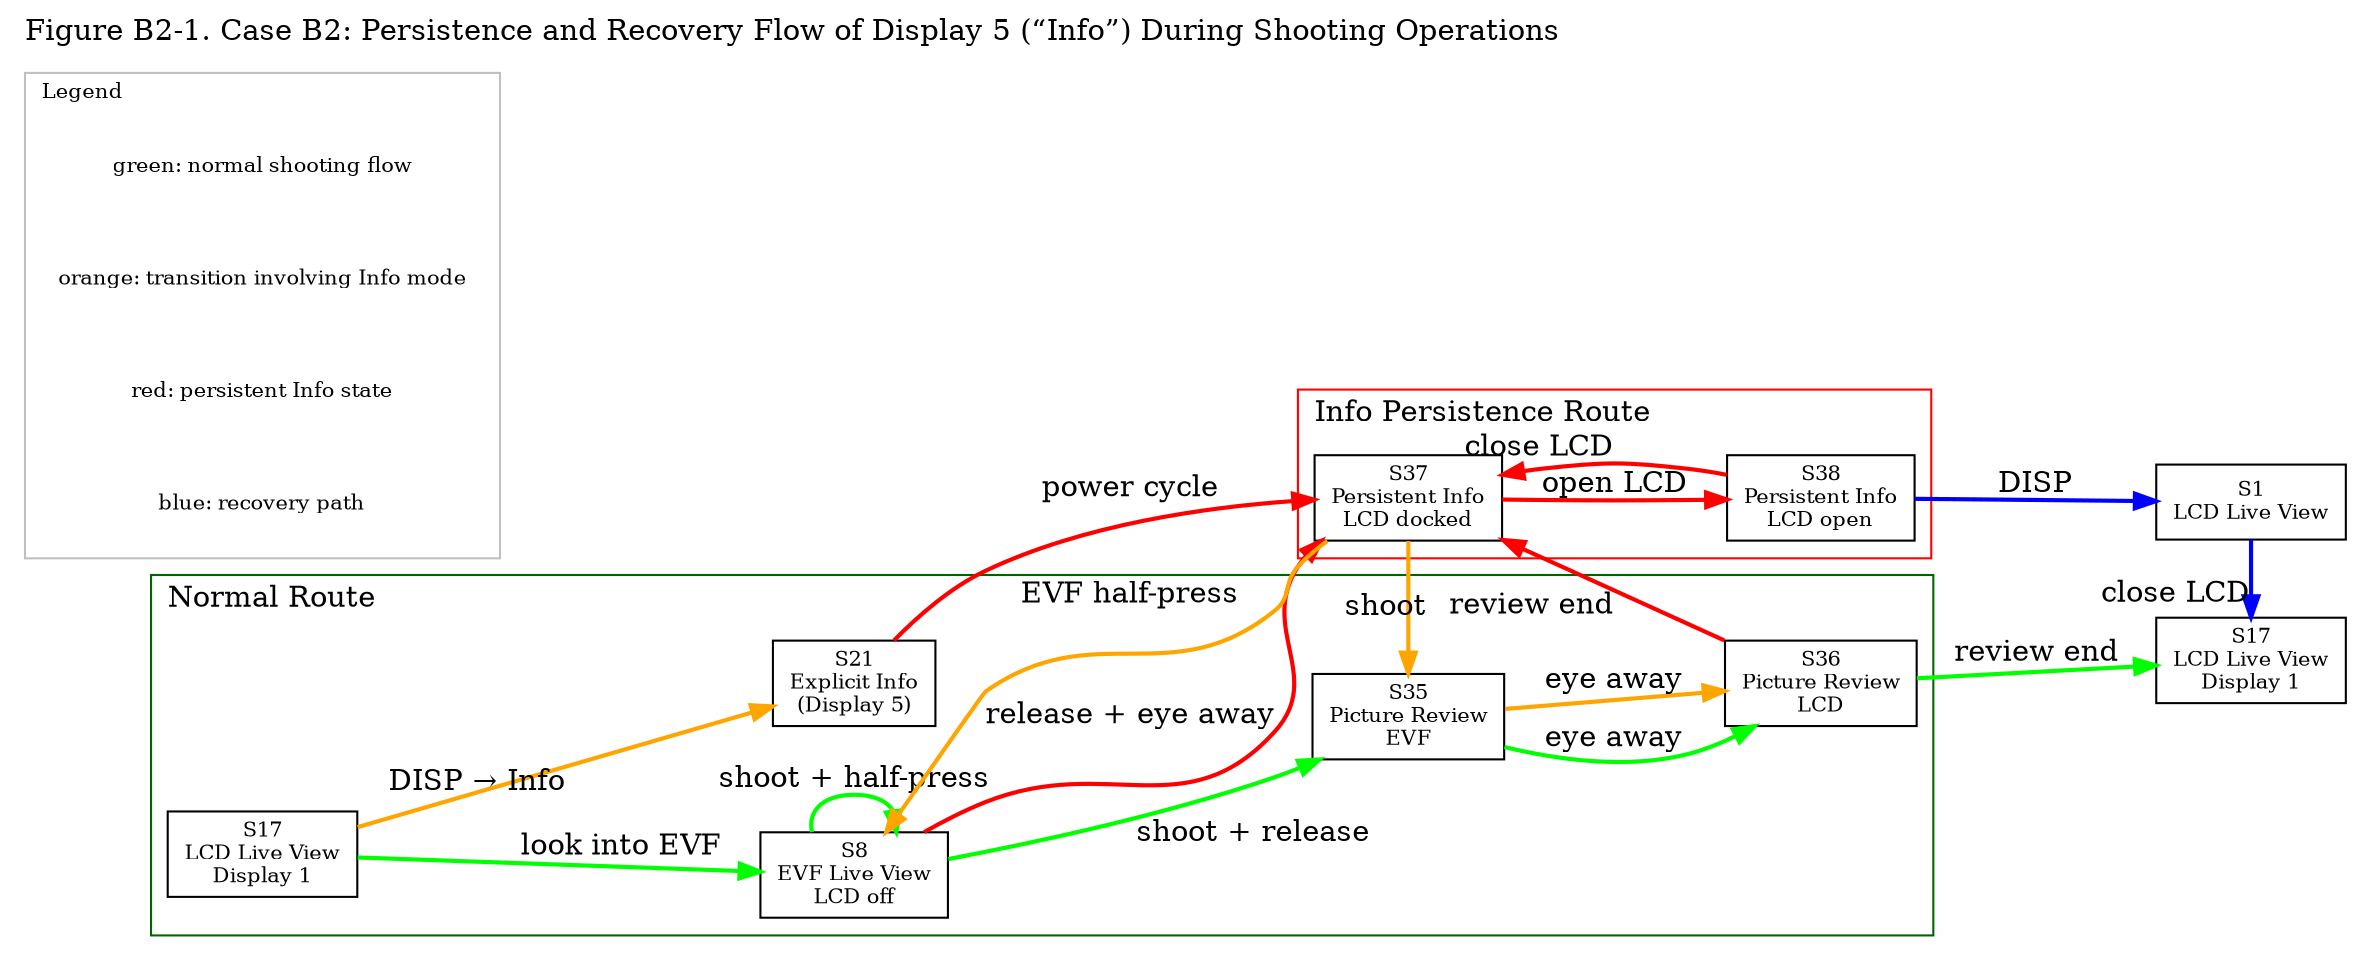
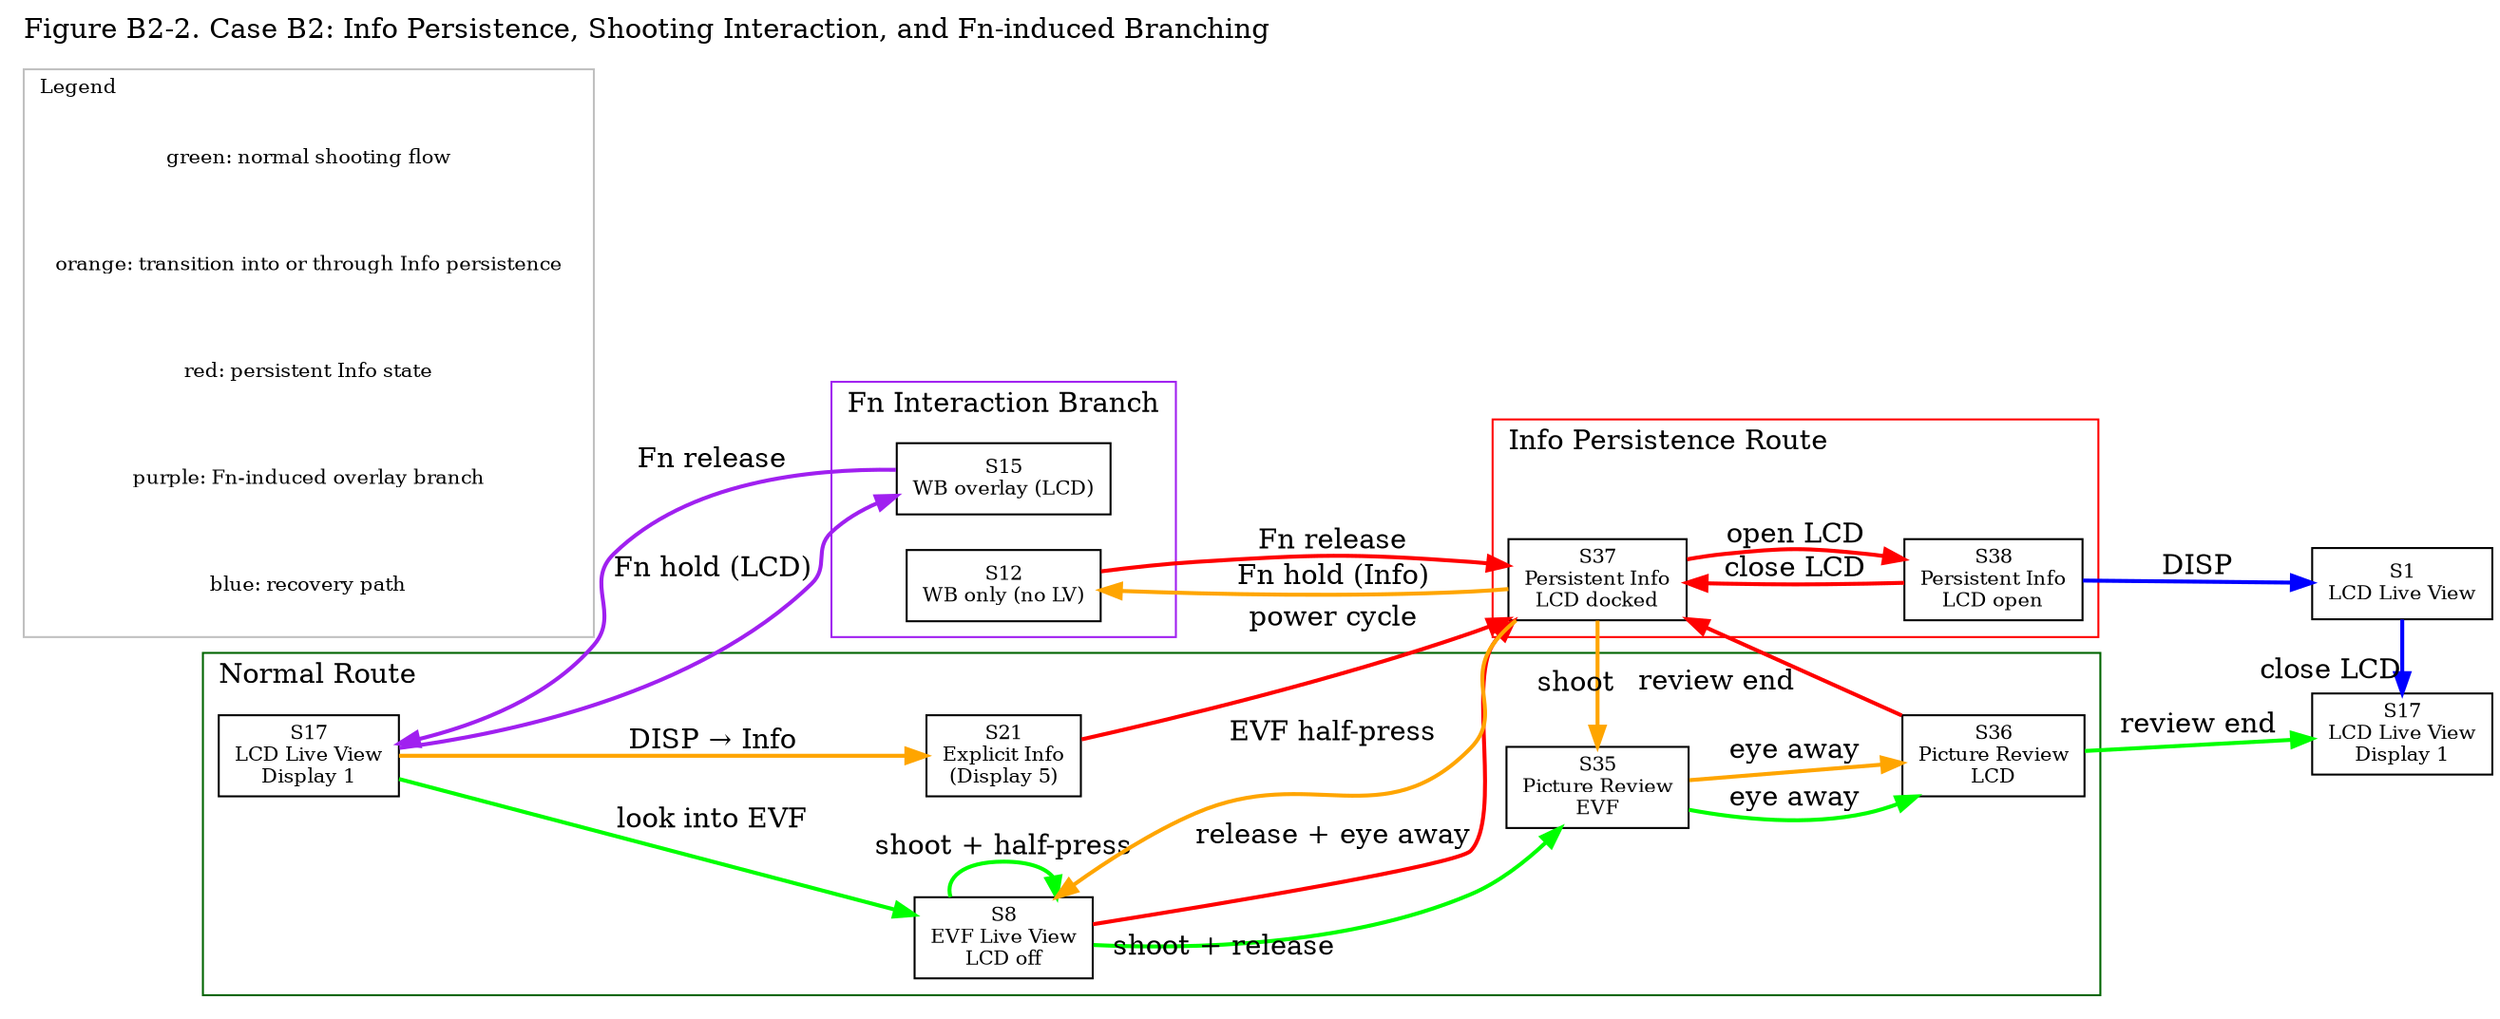
- 
digraph B2_Extended {
- label="Figure B2-1. Case B2: Persistence and Recovery Flow of Display 5 (“Info”) During Shooting Operations";
+ label="Figure B2-2. Case B2: Info Persistence, Shooting Interaction, and Fn-induced Branching";
labelloc="t";
labeljust="l";
rankdir=LR;
node [shape=box, fontsize=10];

+ //S16 [label="S16\nWB overlay (EVF)"];
+ S15 [label="S15\nWB overlay (LCD)"];
+ S12 [label="S12\nWB only (no LV)"];

S17_L [label="S17\nLCD Live View\nDisplay 1"];
S17_R [label="S17\nLCD Live View\nDisplay 1"];


S8  [label="S8\nEVF Live View\nLCD off"];

S21 [label="S21\nExplicit Info\n(Display 5)"];



S35 [label="S35\nPicture Review\nEVF"];
S36 [label="S36\nPicture Review\nLCD"];
S37 [label="S37\nPersistent Info\nLCD docked"];
S38 [label="S38\nPersistent Info\nLCD open"];
S1  [label="S1\nLCD Live View"];
+ 
+ 
+ 
/* --- Normal shooting flow --- */




     {rank=same; S17_R; S1;}

subgraph cluster_normal {
    label="Normal Route";
    color="darkgreen";

    S17_L -> S8  [label="look into EVF", color="green", penwidth=2];
    S8     -> S35 [xlabel="shoot + release", color="green", penwidth=2];
-     S35    -> S36 [label="eye away", color="green", penwidth=2];
+ 
    S36    -> S17_R [label="review end", color="green", penwidth=2];
-     S17_L -> S21 [xlabel="DISP → Info", color="orange", penwidth=2];
+     S17_L -> S21 [label="DISP → Info", color="orange", penwidth=2];

}

/* --- Info entry & persistence --- */
subgraph cluster_info {
    label="Info Persistence Route";
    color="red";


    S21   -> S37 [label="power cycle", color="red", penwidth=2];

    S37 -> S8   [label="EVF half-press", color="orange", penwidth=2];
    S8  -> S37  [label="release + eye away", color="red", penwidth=2];
    S8  -> S8  [label="shoot + half-press", color="green", penwidth=2];

    S37 -> S35  [label="shoot", color="orange", penwidth=2];
    S35 -> S36  [label="eye away", color="orange", penwidth=2];
    S36 -> S37  [xlabel="review end", color="red", penwidth=2];
+     S38 -> S37 [label="close LCD", color="red", penwidth=2];
    S37 -> S38 [label="open LCD", color="red", penwidth=2];
-     S38 -> S37 [xlabel="close LCD", color="red", penwidth=2];

}
+ 
+ 
+ 
+ /* --- Fn interaction branch --- */
+ subgraph cluster_fn {
+     label="Fn Interaction Branch";
+     color="purple";
+ 
+ //    S8  -> S16 [label="Fn hold (EVF)", color="purple", penwidth=2];
+ //    S16 -> S8  [label="Fn release", color="purple", penwidth=2];
+ 
+     S17_L -> S15 [label="Fn hold (LCD)", color="purple", penwidth=2];
+     S15   -> S17_L [label="Fn release", color="purple", penwidth=2];
+ 
+     S37 -> S12 [label="Fn hold (Info)", color="orange", penwidth=2];
+     S12 -> S37 [label="Fn release", color="red", penwidth=2];
+     S35    -> S36 [label="eye away", color="green", penwidth=2];
+ }
+ 



/* --- Recovery flow --- */
subgraph cluster_recovery {
    label="Recovery";
    color="blue";


    S38 -> S1  [label="DISP", color="blue", penwidth=2];
    S1  -> S17_R [xlabel="close LCD", color="blue", penwidth=2];
}

/* --- Legend --- */
subgraph cluster_legend {
    label="Legend";
    fontsize=10;
    color="gray";

    key_expected [label="green: normal shooting flow", shape=plaintext];
-     key_info_transition [label="orange: transition involving Info mode", shape=plaintext];
+     key_info_transition [label="orange: transition into or through Info persistence", shape=plaintext];
    key_info_state [label="red: persistent Info state", shape=plaintext];
+     key_fn [label="purple: Fn-induced overlay branch", shape=plaintext];
    key_recovery [label="blue: recovery path", shape=plaintext];
}


}